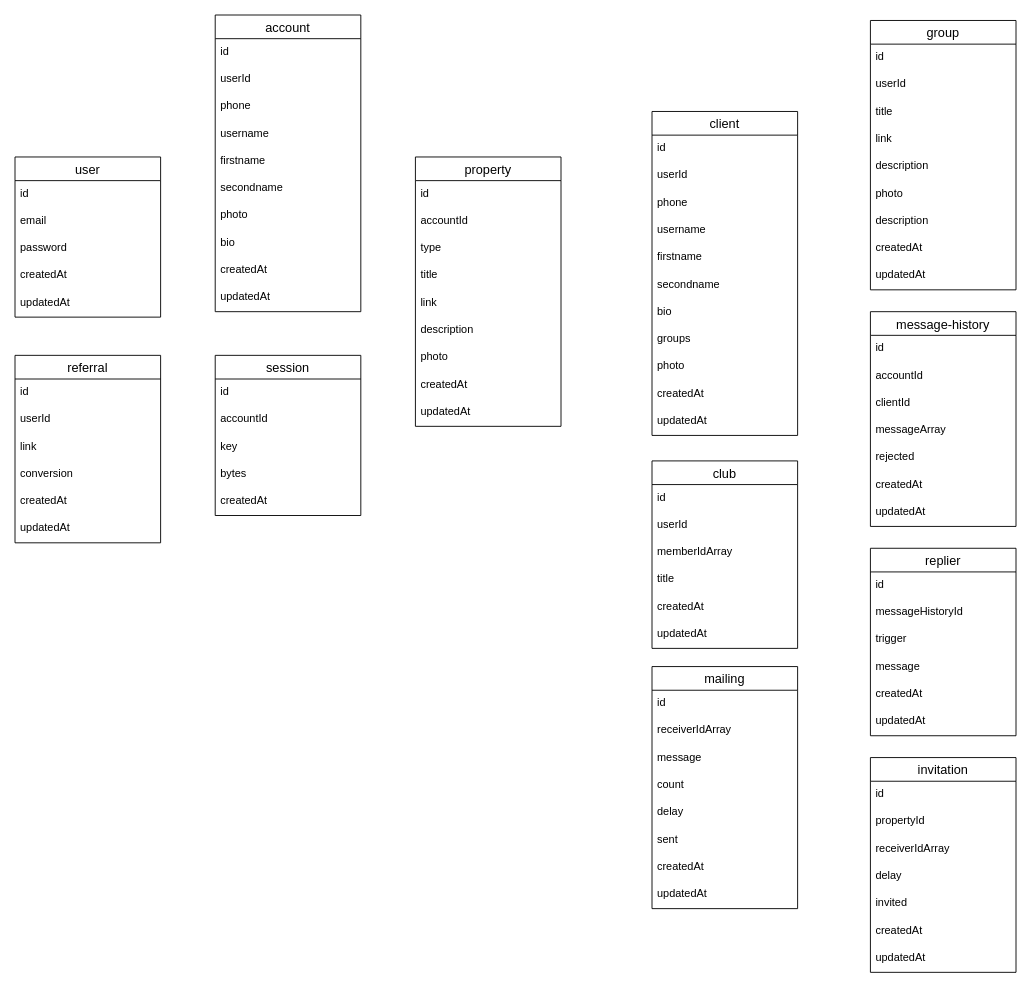
Above: schema.drawio in Nick-Fed-Al-dev/telepanel (draw.io), before the change. Source tidied: cells renumbered, new cells numbered last; positions are measured from the earlier drawing's top-left corner, leaving out a move shared by most shapes. Both pictures are drawn from the tidied source at 91%, with x=0, y=0 at pixel (15, 15).
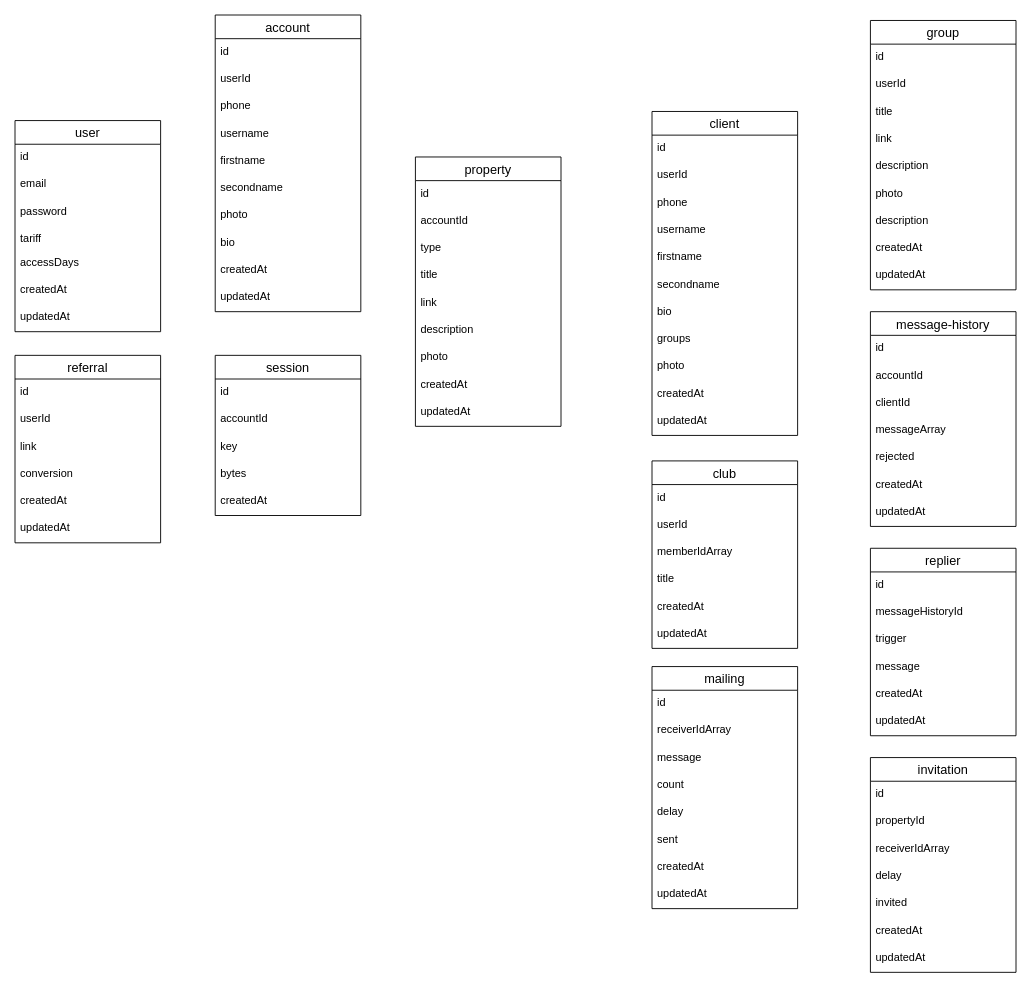
The same diagram, later.

The edit, as a diff of the source:
```diff
@@
     <mxCell id="2" value="user" style="swimlane;fontStyle=0;horizontal=1;startSize=26;align=center;fontSize=14;" parent="1" vertex="1">
-      <mxGeometry y="156" width="160" height="176" as="geometry" />
+      <mxGeometry y="116" width="160" height="232" as="geometry" />
     </mxCell>
@@
+    <mxCell id="103" value="tariff" style="text;strokeColor=none;fillColor=none;spacingLeft=4;spacingRight=4;overflow=hidden;fontSize=12;" parent="2" vertex="1">
+      <mxGeometry y="116" width="160" height="26" as="geometry" />
+    </mxCell>
+    <mxCell id="104" value="accessDays" style="text;strokeColor=none;fillColor=none;spacingLeft=4;spacingRight=4;overflow=hidden;fontSize=12;" parent="2" vertex="1">
+      <mxGeometry y="142" width="160" height="30" as="geometry" />
+    </mxCell>
     <mxCell id="6" value="createdAt" style="text;strokeColor=none;fillColor=none;spacingLeft=4;spacingRight=4;overflow=hidden;fontSize=12;" parent="2" vertex="1">
-      <mxGeometry y="116" width="160" height="30" as="geometry" />
+      <mxGeometry y="172" width="160" height="30" as="geometry" />
     </mxCell>
     <mxCell id="7" value="updatedAt" style="text;strokeColor=none;fillColor=none;spacingLeft=4;spacingRight=4;overflow=hidden;fontSize=12;" parent="2" vertex="1">
-      <mxGeometry y="146" width="160" height="30" as="geometry" />
+      <mxGeometry y="202" width="160" height="30" as="geometry" />
     </mxCell>
```
